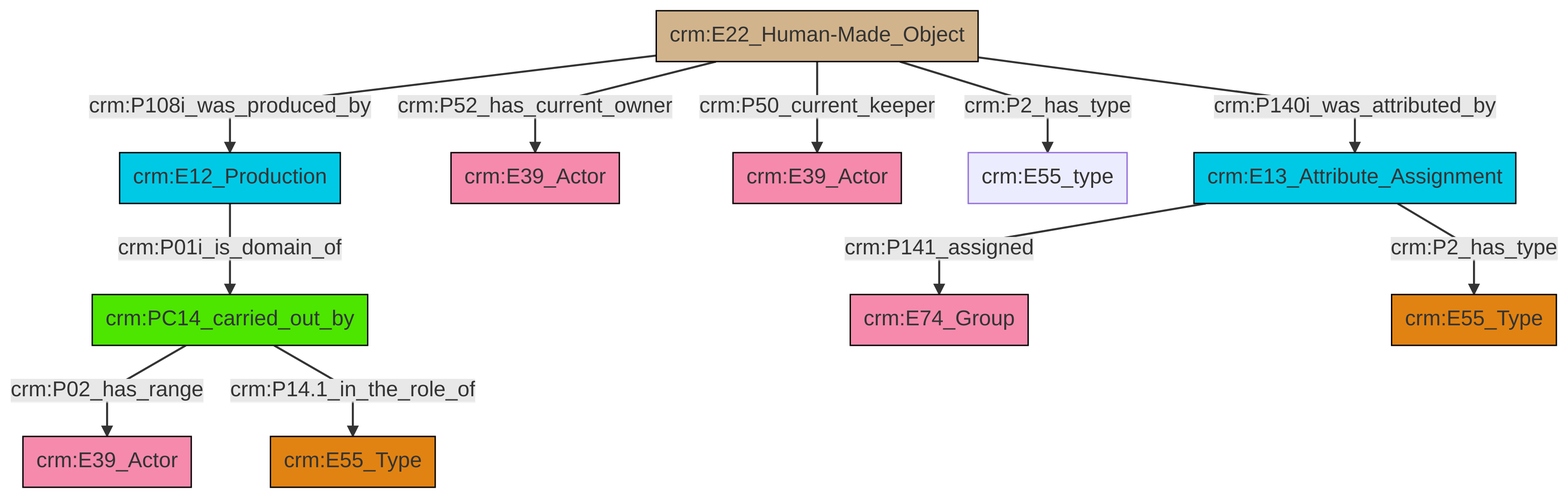
Above: et/artworkCSV/ttl/mmd/png/Artwork_Actor_Relations.png in swiss-art-research-net/reference-data-models (Mermaid), before the change. Its source is kept beside it as et/artworkCSV/ttl/mmd/Artwork_Actor_Relations.ttl.mmd. Its diagram source:
```mermaid
graph TD
classDef Literal fill:#f2f2f2,stroke:#000000;
classDef CRM_Entity fill:#FFFFFF,stroke:#000000;
classDef Temporal_Entity fill:#00C9E6, stroke:#000000;
classDef Type fill:#E18312, stroke:#000000;
classDef Time-Span fill:#2C9C91, stroke:#000000;
classDef Appellation fill:#FFEB7F, stroke:#000000;
classDef Place fill:#008836, stroke:#000000;
classDef Persistent_Item fill:#B266B2, stroke:#000000;
classDef Conceptual_Object fill:#FFD700, stroke:#000000;
classDef Physical_Thing fill:#D2B48C, stroke:#000000;
classDef Actor fill:#f58aad, stroke:#000000;
classDef PC_Classes fill:#4ce600, stroke:#000000;
classDef Multi fill:#cccccc,stroke:#000000;

0["crm:PC14_carried_out_by"]:::PC_Classes -->|crm:P02_has_range| 1["crm:E39_Actor"]:::Actor
2["crm:E13_Attribute_Assignment"]:::Temporal_Entity -->|crm:P141_assigned| 3["crm:E74_Group"]:::Actor
8["crm:E22_Human-Made_Object"]:::Physical_Thing -->|crm:P140i_was_attributed_by| 2["crm:E13_Attribute_Assignment"]:::Temporal_Entity
8["crm:E22_Human-Made_Object"]:::Physical_Thing -->|crm:P50_current_keeper| 11["crm:E39_Actor"]:::Actor
17["crm:E12_Production"]:::Temporal_Entity -->|crm:P01i_is_domain_of| 0["crm:PC14_carried_out_by"]:::PC_Classes
8["crm:E22_Human-Made_Object"]:::Physical_Thing -->|crm:P52_has_current_owner| 4["crm:E39_Actor"]:::Actor
8["crm:E22_Human-Made_Object"]:::Physical_Thing -->|crm:P2_has_type| 15["crm:E55_type"]:::Default
8["crm:E22_Human-Made_Object"]:::Physical_Thing -->|crm:P108i_was_produced_by| 17["crm:E12_Production"]:::Temporal_Entity
2["crm:E13_Attribute_Assignment"]:::Temporal_Entity -->|crm:P2_has_type| 6["crm:E55_Type"]:::Type
0["crm:PC14_carried_out_by"]:::PC_Classes -->|crm:P14.1_in_the_role_of| 9["crm:E55_Type"]:::Type
```
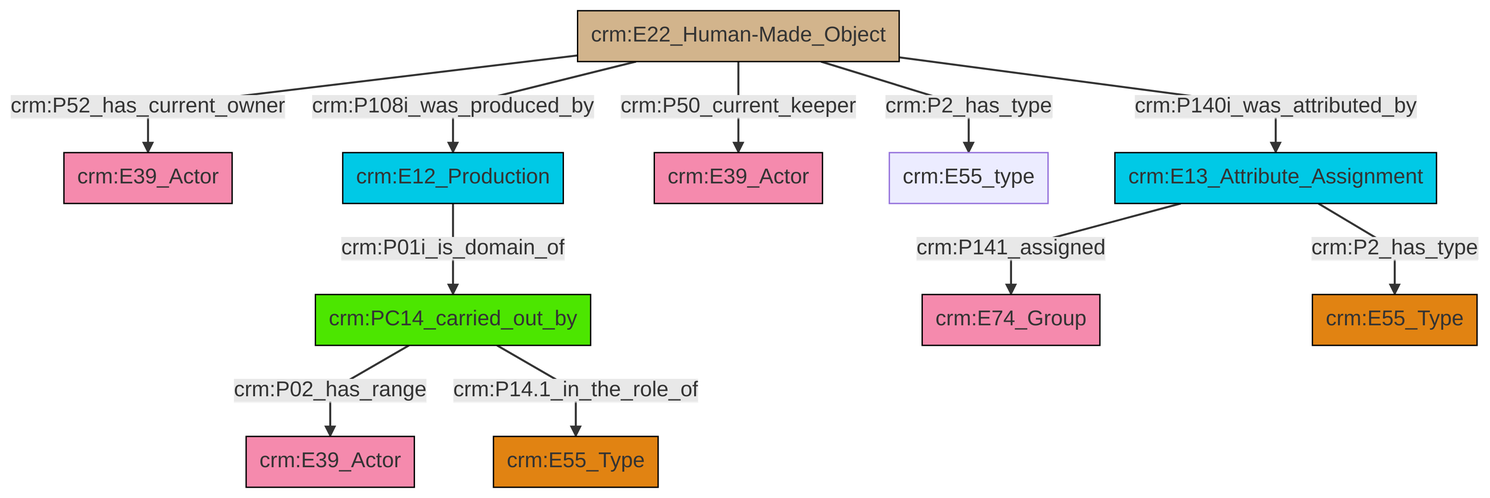
Later version of the same file.

Diff of the diagram source:
```diff
@@ -13,13 +13,13 @@
 classDef PC_Classes fill:#4ce600, stroke:#000000;
 classDef Multi fill:#cccccc,stroke:#000000;
 
-0["crm:PC14_carried_out_by"]:::PC_Classes -->|crm:P02_has_range| 1["crm:E39_Actor"]:::Actor
-2["crm:E13_Attribute_Assignment"]:::Temporal_Entity -->|crm:P141_assigned| 3["crm:E74_Group"]:::Actor
-8["crm:E22_Human-Made_Object"]:::Physical_Thing -->|crm:P140i_was_attributed_by| 2["crm:E13_Attribute_Assignment"]:::Temporal_Entity
-8["crm:E22_Human-Made_Object"]:::Physical_Thing -->|crm:P50_current_keeper| 11["crm:E39_Actor"]:::Actor
-17["crm:E12_Production"]:::Temporal_Entity -->|crm:P01i_is_domain_of| 0["crm:PC14_carried_out_by"]:::PC_Classes
-8["crm:E22_Human-Made_Object"]:::Physical_Thing -->|crm:P52_has_current_owner| 4["crm:E39_Actor"]:::Actor
-8["crm:E22_Human-Made_Object"]:::Physical_Thing -->|crm:P2_has_type| 15["crm:E55_type"]:::Default
-8["crm:E22_Human-Made_Object"]:::Physical_Thing -->|crm:P108i_was_produced_by| 17["crm:E12_Production"]:::Temporal_Entity
-2["crm:E13_Attribute_Assignment"]:::Temporal_Entity -->|crm:P2_has_type| 6["crm:E55_Type"]:::Type
-0["crm:PC14_carried_out_by"]:::PC_Classes -->|crm:P14.1_in_the_role_of| 9["crm:E55_Type"]:::Type
+0["crm:E13_Attribute_Assignment"]:::Temporal_Entity -->|crm:P141_assigned| 4["crm:E74_Group"]:::Actor
+5["crm:PC14_carried_out_by"]:::PC_Classes -->|crm:P02_has_range| 6["crm:E39_Actor"]:::Actor
+14["crm:E22_Human-Made_Object"]:::Physical_Thing -->|crm:P52_has_current_owner| 15["crm:E39_Actor"]:::Actor
+5["crm:PC14_carried_out_by"]:::PC_Classes -->|crm:P14.1_in_the_role_of| 8["crm:E55_Type"]:::Type
+14["crm:E22_Human-Made_Object"]:::Physical_Thing -->|crm:P108i_was_produced_by| 16["crm:E12_Production"]:::Temporal_Entity
+14["crm:E22_Human-Made_Object"]:::Physical_Thing -->|crm:P50_current_keeper| 2["crm:E39_Actor"]:::Actor
+14["crm:E22_Human-Made_Object"]:::Physical_Thing -->|crm:P2_has_type| 10["crm:E55_type"]:::Default
+14["crm:E22_Human-Made_Object"]:::Physical_Thing -->|crm:P140i_was_attributed_by| 0["crm:E13_Attribute_Assignment"]:::Temporal_Entity
+0["crm:E13_Attribute_Assignment"]:::Temporal_Entity -->|crm:P2_has_type| 19["crm:E55_Type"]:::Type
+16["crm:E12_Production"]:::Temporal_Entity -->|crm:P01i_is_domain_of| 5["crm:PC14_carried_out_by"]:::PC_Classes
```
